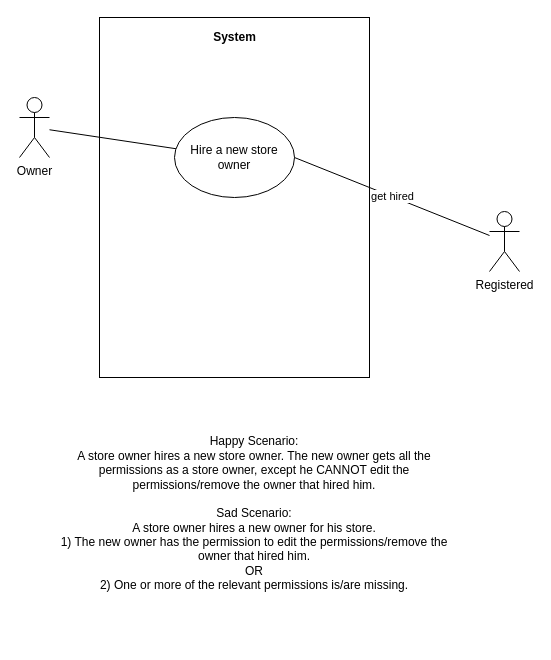
The draw.io diagram use cases/use case 4.3.drawio in LevyIfta/Team-19B-Project, before the edit. Source tidied: cells renumbered, new cells numbered last; positions are measured from the earlier drawing's top-left corner, leaving out a move shared by most shapes. Both pictures are drawn from the tidied source at 100%, with x=0, y=0 at pixel (19, 17).
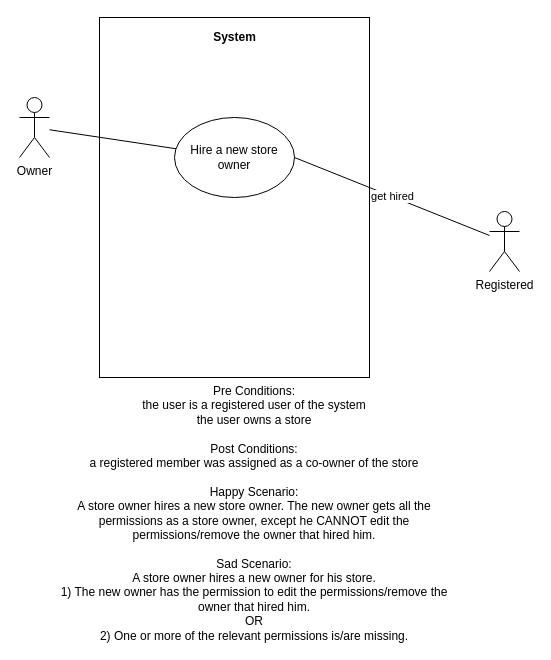
The same diagram, later.

What changed in the source:
```diff
@@
 <mxGraphModel>
   <root>
     <mxCell id="0" />
     <mxCell id="1" parent="0" />
     <mxCell id="2" style="rounded=0;whiteSpace=wrap;html=1;" parent="1" vertex="1">
       <mxGeometry x="80" width="270" height="360" as="geometry" />
     </mxCell>
     <mxCell id="3" value="Owner" style="shape=umlActor;verticalLabelPosition=bottom;verticalAlign=top;html=1;outlineConnect=0;" parent="1" vertex="1">
       <mxGeometry y="80" width="30" height="60" as="geometry" />
     </mxCell>
     <mxCell id="4" value="Registered" style="shape=umlActor;verticalLabelPosition=bottom;verticalAlign=top;html=1;outlineConnect=0;" parent="1" vertex="1">
       <mxGeometry x="470" y="194" width="30" height="60" as="geometry" />
     </mxCell>
     <mxCell id="5" value="Hire a new store owner" style="ellipse;whiteSpace=wrap;html=1;" parent="1" vertex="1">
       <mxGeometry x="155" y="100" width="120" height="80" as="geometry" />
     </mxCell>
     <mxCell id="6" style="endArrow=none;html=1;" parent="1" edge="1" source="3" target="5">
       <mxGeometry relative="1" as="geometry" />
     </mxCell>
     <mxCell id="7" value="get hired" style="endArrow=none;html=1;entryX=1;entryY=0.5;entryDx=0;entryDy=0;" parent="1" edge="1" source="4" target="5">
       <mxGeometry relative="1" as="geometry" />
     </mxCell>
     <mxCell id="8" value="&lt;b&gt;System&lt;/b&gt;" style="text;html=1;align=center;verticalAlign=middle;" parent="1" vertex="1">
       <mxGeometry x="185" y="10" width="60" height="20" as="geometry" />
     </mxCell>
-    <mxCell id="9" value="Happy Scenario:&lt;br&gt;A store owner hires a new store owner. The new owner gets all the permissions as a store owner, except he CANNOT edit the permissions/remove the owner that hired him.&lt;br&gt;&lt;br&gt;Sad Scenario:&lt;br&gt;A store owner hires a new owner for his store.&lt;br&gt;1) The new owner has the permission to edit the permissions/remove the owner that hired him.&lt;br&gt;OR&lt;br&gt;2) One or more of the relevant permissions is/are missing." style="text;html=1;strokeColor=none;fillColor=none;align=center;verticalAlign=middle;whiteSpace=wrap;rounded=0;" parent="1" vertex="1">
+    <mxCell id="9" value="Pre Conditions:&lt;br&gt;the user is a registered user of the system&lt;br&gt;the user owns a store&lt;br&gt;&lt;br&gt;Post Conditions:&lt;br&gt;a registered member was assigned as a co-owner of the store&lt;br&gt;&lt;br&gt;Happy Scenario:&lt;br&gt;A store owner hires a new store owner. The new owner gets all the permissions as a store owner, except he CANNOT edit the permissions/remove the owner that hired him.&lt;br&gt;&lt;br&gt;Sad Scenario:&lt;br&gt;A store owner hires a new owner for his store.&lt;br&gt;1) The new owner has the permission to edit the permissions/remove the owner that hired him.&lt;br&gt;OR&lt;br&gt;2) One or more of the relevant permissions is/are missing." style="text;html=1;strokeColor=none;fillColor=none;align=center;verticalAlign=middle;whiteSpace=wrap;rounded=0;" parent="1" vertex="1">
       <mxGeometry x="30" y="486" width="410" height="20" as="geometry" />
     </mxCell>
   </root>
 </mxGraphModel>
```
